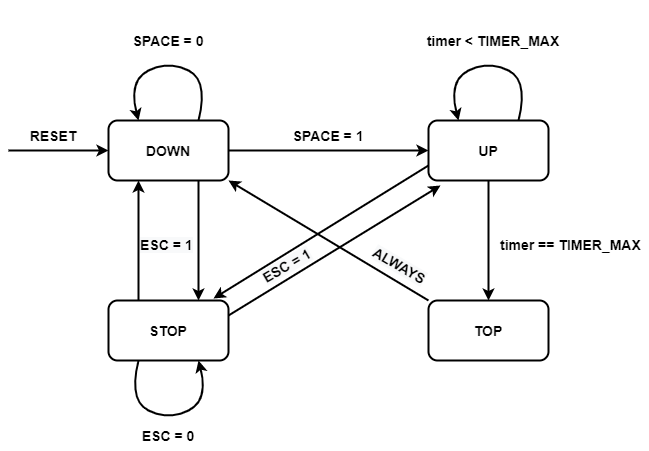
jamesheavey/ELEC5566M-MiniProject keeps this draw.io diagram as demo & diagrams/Bird Motion FSM.png. Above is the earlier version. Source tidied: cells renumbered, new cells last; positions are measured from the earlier drawing's top-left corner, leaving out a move shared by most shapes.
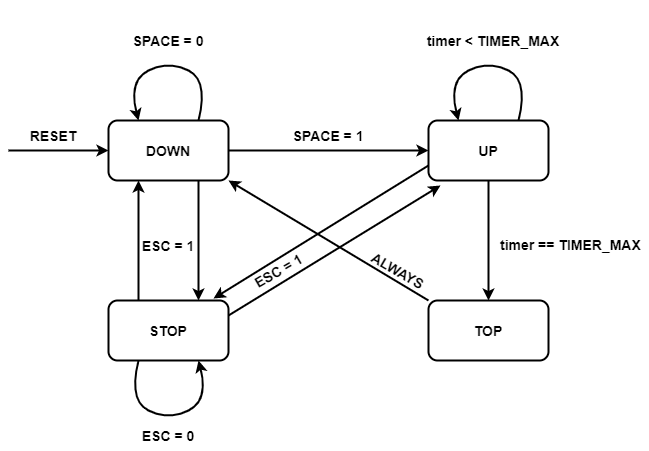
The same diagram one commit later.

The edit, as a diff of the source:
```diff
@@ -74,9 +74,6 @@
     <mxCell id="17" style="endArrow=classic;html=1;exitX=0.25;exitY=0;exitDx=0;exitDy=0;entryX=0.25;entryY=1;entryDx=0;entryDy=0;strokeWidth=2;" parent="1" edge="1" source="5" target="2">
       <mxGeometry relative="1" as="geometry" />
     </mxCell>
-    <mxCell id="18" value="&lt;span style=&quot;color: rgb(0, 0, 0); font-family: helvetica; font-size: 14px; font-style: normal; letter-spacing: normal; text-align: center; text-indent: 0px; text-transform: none; word-spacing: 0px; background-color: rgb(248, 249, 250); display: inline; float: none;&quot;&gt;ESC = 1&lt;/span&gt;" style="text;whiteSpace=wrap;html=1;fontSize=14;fontStyle=1;" parent="1" vertex="1">
-      <mxGeometry x="130" y="230" width="60" height="30" as="geometry" />
-    </mxCell>
     <mxCell id="19" value="&lt;span style=&quot;text-align: center&quot;&gt;timer == TIMER_MAX&lt;/span&gt;" style="text;whiteSpace=wrap;html=1;fontSize=14;fontStyle=1;" parent="1" vertex="1">
       <mxGeometry x="490" y="230" width="150" height="30" as="geometry" />
     </mxCell>
@@ -102,11 +99,14 @@
     <mxCell id="23" style="endArrow=classic;html=1;strokeWidth=2;exitX=0.75;exitY=1;exitDx=0;exitDy=0;entryX=0.75;entryY=0;entryDx=0;entryDy=0;" parent="1" edge="1" source="2" target="5">
       <mxGeometry relative="1" as="geometry" />
     </mxCell>
-    <mxCell id="24" value="&lt;span style=&quot;color: rgb(0, 0, 0); font-family: helvetica; font-size: 14px; font-style: normal; letter-spacing: normal; text-align: center; text-indent: 0px; text-transform: none; word-spacing: 0px; background-color: rgb(248, 249, 250); display: inline; float: none;&quot;&gt;ESC = 1&lt;/span&gt;" style="text;whiteSpace=wrap;html=1;fontSize=14;fontStyle=1;rotation=-30;" parent="1" vertex="1">
-      <mxGeometry x="250" y="250" width="60" height="30" as="geometry" />
-    </mxCell>
+    <mxCell id="26" value="ESC = 1" style="text;html=1;strokeColor=none;fillColor=none;align=center;verticalAlign=middle;whiteSpace=wrap;rounded=0;fontSize=14;fontStyle=1;" parent="1" vertex="1">
+      <mxGeometry x="120" y="215" width="80" height="60" as="geometry" />
+    </mxCell>
+    <mxCell id="27" value="ESC = 1" style="text;html=1;strokeColor=none;fillColor=none;align=center;verticalAlign=middle;whiteSpace=wrap;rounded=0;fontSize=14;fontStyle=1;rotation=-30;" parent="1" vertex="1">
+      <mxGeometry x="230" y="240" width="80" height="60" as="geometry" />
+    </mxCell>
-    <mxCell id="25" value="&lt;span style=&quot;color: rgb(0 , 0 , 0) ; font-family: &amp;#34;helvetica&amp;#34; ; font-size: 14px ; font-style: normal ; letter-spacing: normal ; text-align: center ; text-indent: 0px ; text-transform: none ; word-spacing: 0px ; background-color: rgb(248 , 249 , 250) ; display: inline ; float: none&quot;&gt;ALWAYS&lt;/span&gt;" style="text;whiteSpace=wrap;html=1;fontSize=14;fontStyle=1;rotation=30;" parent="1" vertex="1">
-      <mxGeometry x="360" y="250" width="60" height="30" as="geometry" />
+    <mxCell id="25" value="ALWAYS" style="text;html=1;strokeColor=none;fillColor=none;align=center;verticalAlign=middle;whiteSpace=wrap;rounded=0;fontSize=14;fontStyle=1;rotation=30;" parent="1" vertex="1">
+      <mxGeometry x="350" y="240" width="80" height="60" as="geometry" />
     </mxCell>
   </root>
 </mxGraphModel>
```
